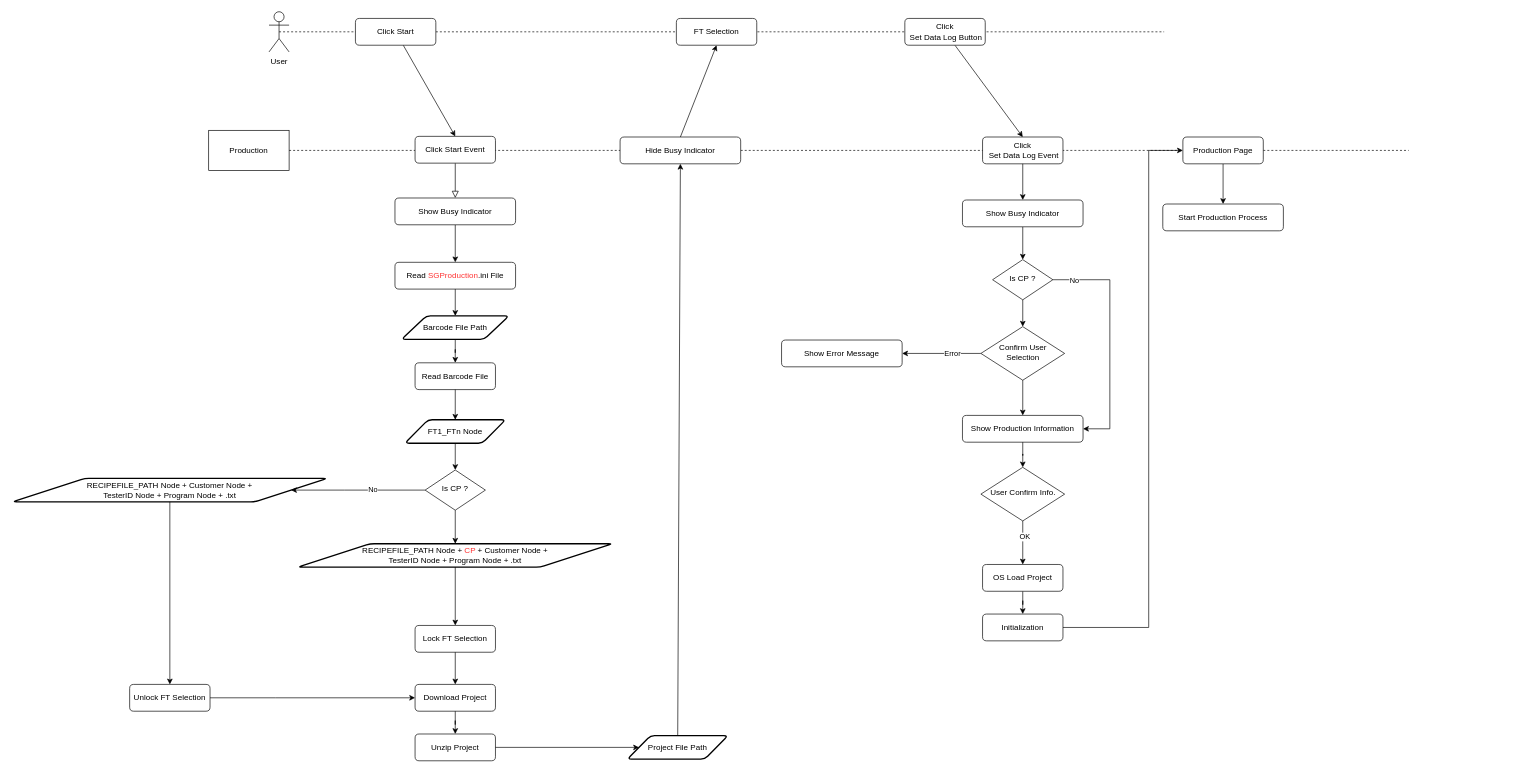
Jasson-Chou/Software-Projects keeps this draw.io diagram as page "Page-1" (1 of 2) of SG9KG5/Production.drawio. Above is the earlier version. Source tidied: cells renumbered, new cells numbered last; positions are measured from the earlier drawing's top-left corner, leaving out a move shared by most shapes. Both pictures are drawn from the tidied source at 67%, with x=0, y=0 at pixel (12, 11).
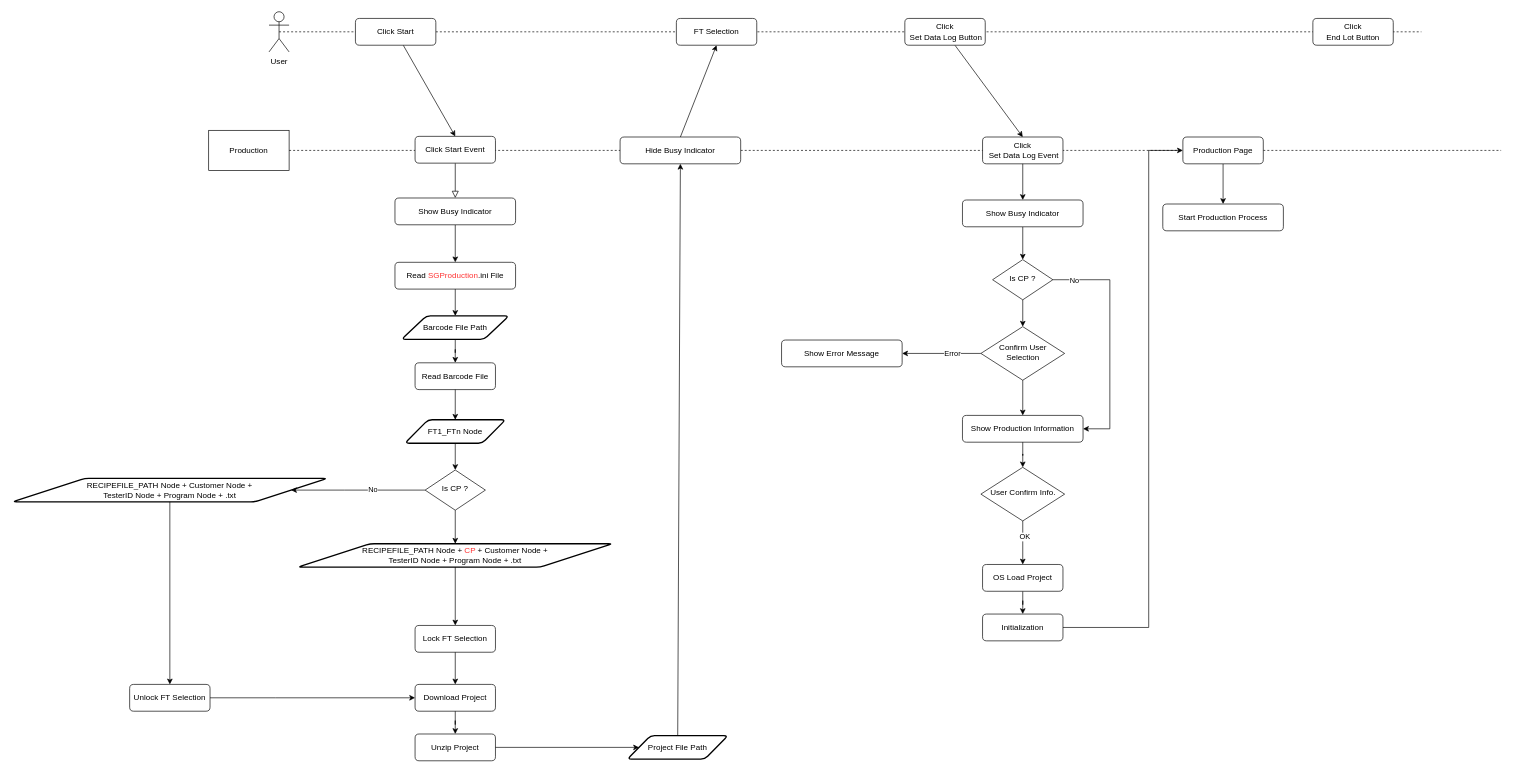
Above is the later version.

Unchanged cells that the change refers to:
```xml
<mxCell id="2" value="User" style="shape=umlActor;verticalLabelPosition=bottom;verticalAlign=top;html=1;outlineConnect=0;" parent="1" vertex="1">
  <mxGeometry x="383" width="30" height="60" as="geometry" />
</mxCell>
<mxCell id="38" value="Hide Busy Indicator" style="rounded=1;whiteSpace=wrap;html=1;fontSize=12;glass=0;strokeWidth=1;shadow=0;" parent="1" vertex="1">
  <mxGeometry x="907" y="187" width="180" height="40" as="geometry" />
</mxCell>
```

The edit, as a diff of the source:
```diff
@@
     <mxCell id="4" style="endArrow=none;dashed=1;html=1;exitX=0.5;exitY=0.5;exitDx=0;exitDy=0;exitPerimeter=0;" parent="1" edge="1" source="2">
       <mxGeometry relative="1" as="geometry">
-        <mxPoint x="1719" y="30" as="targetPoint" />
+        <mxPoint x="2103" y="30" as="targetPoint" />
       </mxGeometry>
     </mxCell>
     <mxCell id="5" style="endArrow=none;dashed=1;html=1;exitX=1;exitY=0.5;exitDx=0;exitDy=0;startArrow=none;" parent="1" edge="1" source="38">
       <mxGeometry relative="1" as="geometry">
-        <mxPoint x="2084" y="207" as="targetPoint" />
+        <mxPoint x="2222" y="207" as="targetPoint" />
       </mxGeometry>
     </mxCell>
@@
+    <mxCell id="69" value="Click&lt;br&gt;End Lot Button" style="rounded=1;whiteSpace=wrap;html=1;fontSize=12;glass=0;strokeWidth=1;shadow=0;" parent="1" vertex="1">
+      <mxGeometry x="1941" y="10" width="120" height="40" as="geometry" />
+    </mxCell>
```
